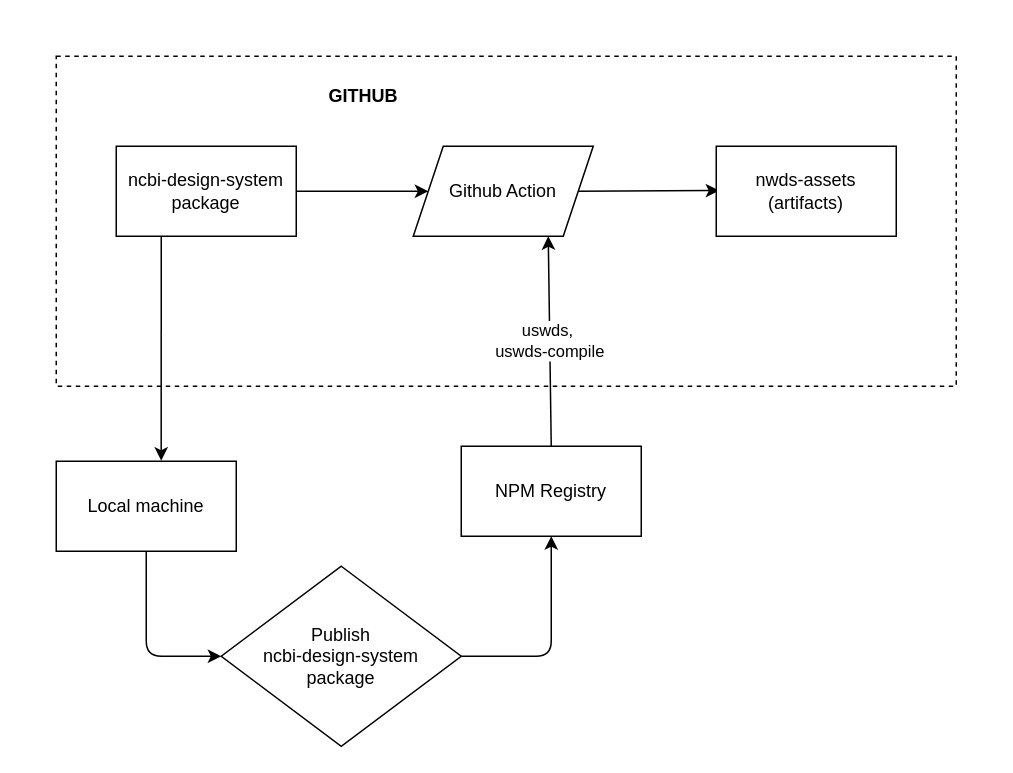
Earlier version of the draw.io diagram docs/images/workflow.drawio (NCBI-Codeathons/nds1-team-2-design-package). Source tidied: cells renumbered, new cells numbered last; positions are measured from the earlier drawing's top-left corner, leaving out a move shared by most shapes. Both pictures are drawn from the tidied source at 150%, with x=0, y=0 at pixel (56, 56).
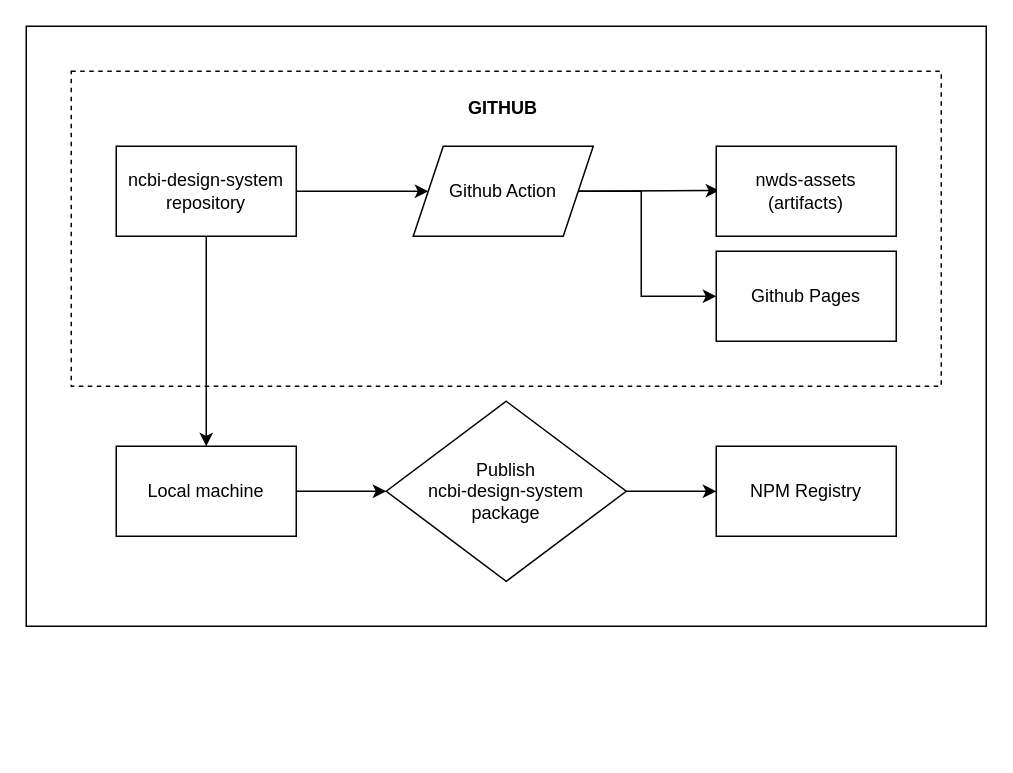
The same page after the edit.

Unchanged cells that the change refers to:
```xml
<mxCell id="8" value="Github Action" style="shape=parallelogram;perimeter=parallelogramPerimeter;whiteSpace=wrap;html=1;fixedSize=1;" parent="1" vertex="1">
  <mxGeometry x="238" y="60" width="120" height="60" as="geometry" />
</mxCell>
```

Change to the diagram source:
```diff
@@
+    <mxCell id="16" style="rounded=0;whiteSpace=wrap;html=1;" parent="1" vertex="1">
+      <mxGeometry x="-20" y="-20" width="640" height="400" as="geometry" />
+    </mxCell>
     <mxCell id="2" style="rounded=0;whiteSpace=wrap;html=1;dashed=1;" parent="1" vertex="1">
-      <mxGeometry width="600" height="220" as="geometry" />
+      <mxGeometry x="10" y="10" width="580" height="210" as="geometry" />
     </mxCell>
     <mxCell id="3" value="NPM Registry" style="rounded=0;whiteSpace=wrap;html=1;" parent="1" vertex="1">
-      <mxGeometry x="270" y="260" width="120" height="60" as="geometry" />
+      <mxGeometry x="440" y="260" width="120" height="60" as="geometry" />
     </mxCell>
-    <mxCell id="4" style="edgeStyle=none;html=1;exitX=0.25;exitY=1;exitDx=0;exitDy=0;entryX=0.583;entryY=-0.006;entryDx=0;entryDy=0;entryPerimeter=0;" parent="1" edge="1" source="5" target="13">
+    <mxCell id="4" style="edgeStyle=none;html=1;exitX=0.5;exitY=1;exitDx=0;exitDy=0;entryX=0.5;entryY=0;entryDx=0;entryDy=0;" parent="1" edge="1" source="5" target="13">
       <mxGeometry relative="1" as="geometry" />
     </mxCell>
-    <mxCell id="5" value="ncbi-design-system&lt;br&gt;package" style="rounded=0;whiteSpace=wrap;html=1;" parent="1" vertex="1">
+    <mxCell id="5" value="ncbi-design-system&lt;br&gt;repository" style="rounded=0;whiteSpace=wrap;html=1;" parent="1" vertex="1">
       <mxGeometry x="40" y="60" width="120" height="60" as="geometry" />
     </mxCell>
-    <mxCell id="6" value="uswds,&amp;nbsp;&lt;br&gt;uswds-compile" style="endArrow=classic;html=1;rounded=0;exitX=0.5;exitY=0;exitDx=0;exitDy=0;entryX=0.75;entryY=1;entryDx=0;entryDy=0;" parent="1" edge="1" source="3" target="8">
-      <mxGeometry relative="1" as="geometry" />
-    </mxCell>
     <mxCell id="7" value="GITHUB" style="text;html=1;strokeColor=none;fillColor=none;align=center;verticalAlign=middle;whiteSpace=wrap;rounded=0;dashed=1;fontStyle=1;" parent="1" vertex="1">
-      <mxGeometry x="150" y="12" width="110" height="29" as="geometry" />
+      <mxGeometry x="243" y="20" width="110" height="29" as="geometry" />
     </mxCell>
@@
+    <mxCell id="13" value="Local machine" style="rounded=0;whiteSpace=wrap;html=1;" parent="1" vertex="1">
+      <mxGeometry x="40" y="260" width="120" height="60" as="geometry" />
+    </mxCell>
+    <mxCell id="15" value="Publish&lt;br&gt;ncbi-design-system&lt;br&gt;package" style="rhombus;whiteSpace=wrap;html=1;" parent="1" vertex="1">
+      <mxGeometry x="220" y="230" width="160" height="120" as="geometry" />
+    </mxCell>
+    <mxCell id="17" value="Github Pages" style="rounded=0;whiteSpace=wrap;html=1;" parent="1" vertex="1">
+      <mxGeometry x="440" y="130" width="120" height="60" as="geometry" />
+    </mxCell>
+    <mxCell id="18" style="endArrow=classic;html=1;rounded=0;entryX=0;entryY=0.5;entryDx=0;entryDy=0;exitX=1;exitY=0.5;exitDx=0;exitDy=0;" parent="1" edge="1" source="8" target="17">
+      <mxGeometry relative="1" as="geometry">
+        <Array as="points">
+          <mxPoint x="390" y="90" />
+          <mxPoint x="390" y="160" />
+        </Array>
+      </mxGeometry>
+    </mxCell>
-    <mxCell id="12" style="edgeStyle=none;html=1;exitX=0.5;exitY=1;exitDx=0;exitDy=0;entryX=0;entryY=0.5;entryDx=0;entryDy=0;" parent="1" edge="1" source="13" target="15">
-      <mxGeometry relative="1" as="geometry">
-        <Array as="points">
-          <mxPoint x="60" y="400" />
-        </Array>
-      </mxGeometry>
+    <mxCell id="12" style="endArrow=classic;html=1;rounded=0;exitX=1;exitY=0.5;exitDx=0;exitDy=0;" parent="1" edge="1" source="13" target="15">
+      <mxGeometry relative="1" as="geometry" />
     </mxCell>
-    <mxCell id="13" value="Local machine" style="rounded=0;whiteSpace=wrap;html=1;" parent="1" vertex="1">
-      <mxGeometry y="270" width="120" height="60" as="geometry" />
-    </mxCell>
-    <mxCell id="14" style="edgeStyle=none;html=1;exitX=1;exitY=0.5;exitDx=0;exitDy=0;entryX=0.5;entryY=1;entryDx=0;entryDy=0;" parent="1" edge="1" source="15" target="3">
-      <mxGeometry relative="1" as="geometry">
-        <Array as="points">
-          <mxPoint x="330" y="400" />
-        </Array>
-      </mxGeometry>
+    <mxCell id="14" style="endArrow=classic;html=1;rounded=0;exitX=1;exitY=0.5;exitDx=0;exitDy=0;entryX=0;entryY=0.5;entryDx=0;entryDy=0;" parent="1" edge="1" source="15" target="3">
+      <mxGeometry relative="1" as="geometry" />
     </mxCell>
-    <mxCell id="15" value="Publish&lt;br&gt;ncbi-design-system&lt;br&gt;package" style="rhombus;whiteSpace=wrap;html=1;" parent="1" vertex="1">
-      <mxGeometry x="110" y="340" width="160" height="120" as="geometry" />
-    </mxCell>
```
